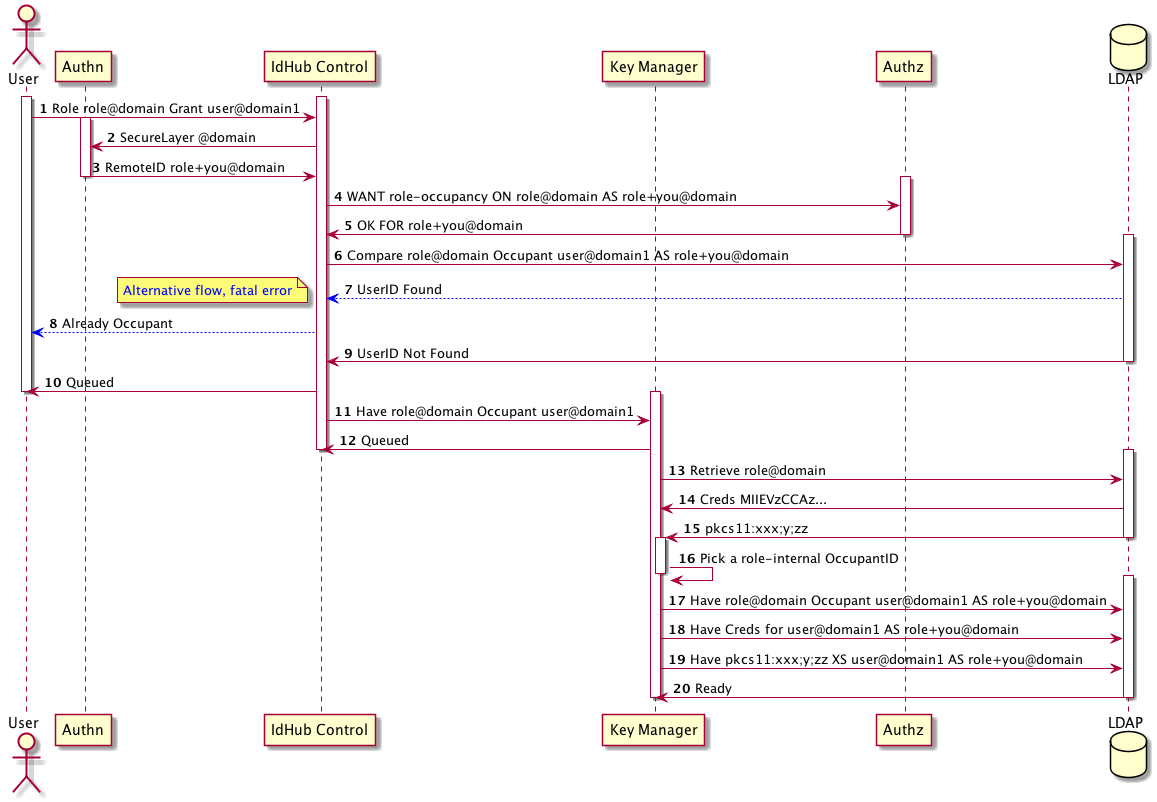
Above: role-occupant-add.png in arpa2/identityhub-design (PlantUML), before the change.
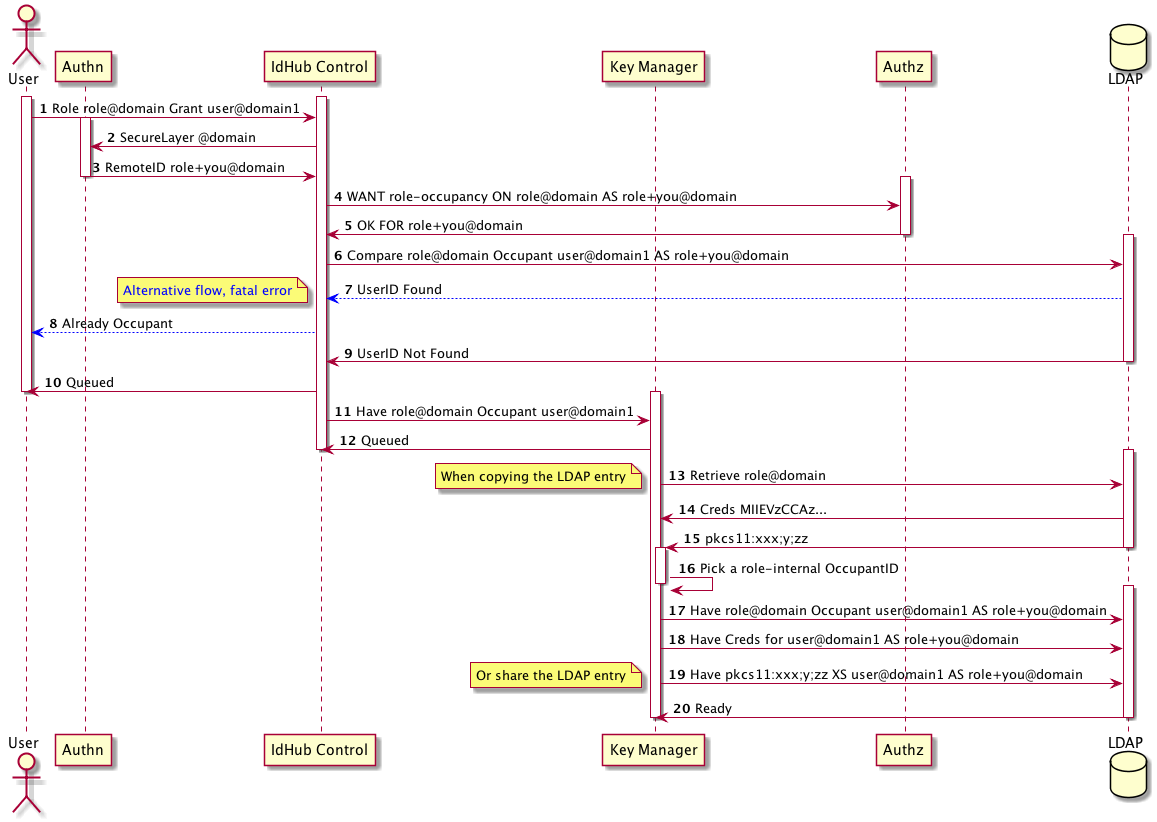
After the commit.

The edit, as a diff of the source:
```diff
@@ -42,6 +42,7 @@
 
 	activate LDAP
 	KeyManager -> LDAP: Retrieve role@domain
+	note left: When copying the LDAP entry
 
 	LDAP -> KeyManager: Creds MIIEVzCCAz...
 	LDAP -> KeyManager: pkcs11:xxx;y;zz
@@ -55,6 +56,7 @@
 	KeyManager -> LDAP: Have role@domain Occupant user@domain1 AS role+you@domain
 	KeyManager -> LDAP: Have Creds for user@domain1 AS role+you@domain
 	KeyManager -> LDAP: Have pkcs11:xxx;y;zz XS user@domain1 AS role+you@domain
+	note left: Or share the LDAP entry
 
 	LDAP -> KeyManager: Ready
 	deactivate LDAP
```
